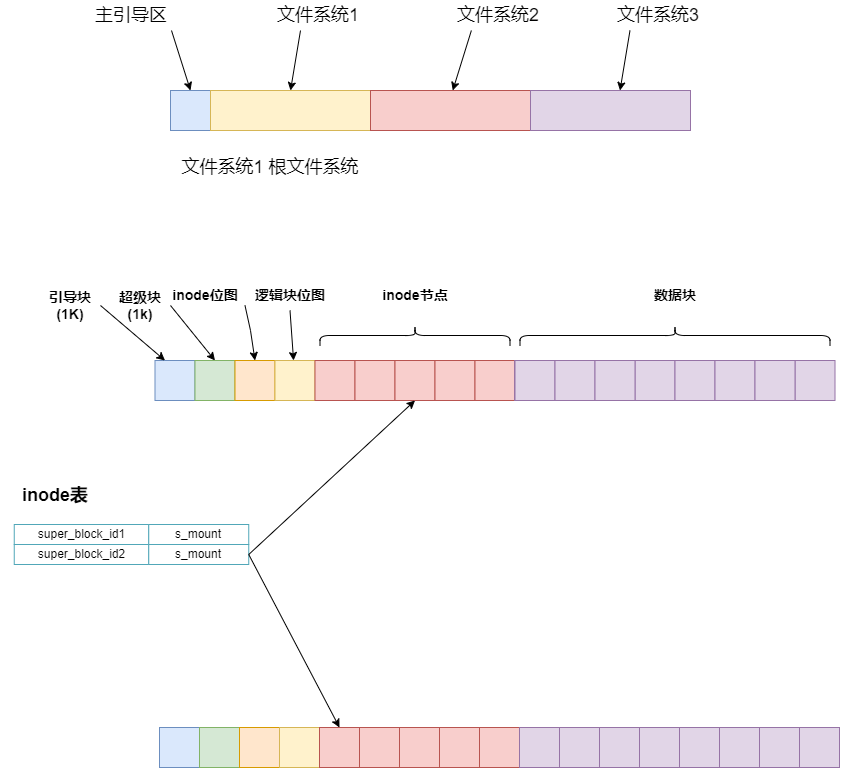
Above: blog/Linux/Linux-0.11-fs/inode_iget.png in zgjsxx/static-img-repo (draw.io), before the change. Source tidied: cells renumbered, new cells last; positions are measured from the earlier drawing's top-left corner, leaving out a move shared by most shapes.
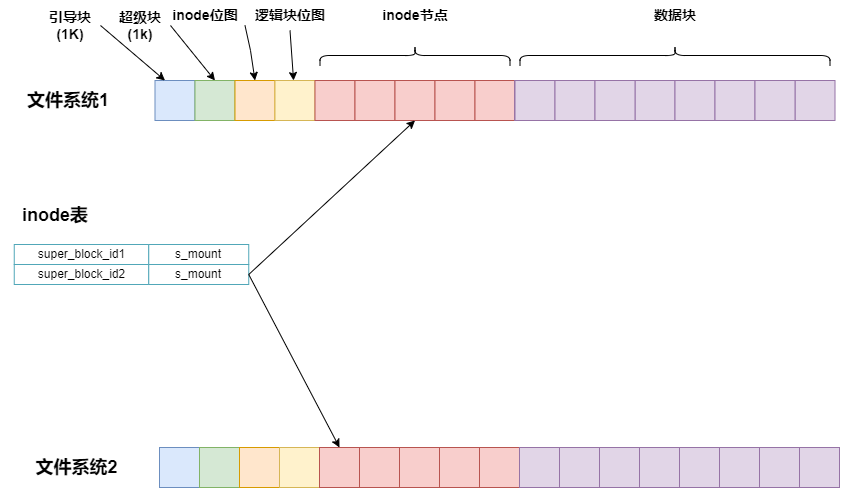
After the commit.

What changed in the source:
```diff
@@ -38,14 +38,14 @@
     <mxCell id="13" value="&lt;font style=&quot;font-size: 14px;&quot;&gt;&lt;b&gt;数据块&lt;/b&gt;&lt;/font&gt;" style="text;strokeColor=none;align=center;fillColor=none;html=1;verticalAlign=middle;whiteSpace=wrap;rounded=0;" parent="1" vertex="1">
       <mxGeometry x="644.5" y="280" width="60" height="30" as="geometry" />
     </mxCell>
-    <mxCell id="14" style="endArrow=classic;html=1;rounded=0;entryX=0.5;entryY=0;entryDx=0;entryDy=0;exitX=1;exitY=0.5;exitDx=0;exitDy=0;" parent="1" edge="1" target="4">
-      <mxGeometry relative="1" as="geometry">
-        <mxPoint x="244.5" y="305" as="sourcePoint" />
-        <Array as="points">
-          <mxPoint x="250" y="330" />
-        </Array>
-      </mxGeometry>
-    </mxCell>
+    <mxCell id="82" style="endArrow=classic;html=1;rounded=0;entryX=0.5;entryY=0;entryDx=0;entryDy=0;exitX=1;exitY=0.5;exitDx=0;exitDy=0;" parent="1" edge="1" target="4">
+      <mxGeometry relative="1" as="geometry">
+        <mxPoint x="244.5" y="305" as="sourcePoint" />
+        <Array as="points">
+          <mxPoint x="250" y="330" />
+        </Array>
+      </mxGeometry>
+    </mxCell>
     <mxCell id="15" style="endArrow=classic;html=1;rounded=0;exitX=0.5;exitY=1;exitDx=0;exitDy=0;" parent="1" edge="1" source="11" target="5">
       <mxGeometry relative="1" as="geometry" />
     </mxCell>
@@ -67,39 +67,39 @@
     <mxCell id="21" style="shape=curlyBracket;whiteSpace=wrap;html=1;rounded=1;labelPosition=left;verticalLabelPosition=middle;align=right;verticalAlign=middle;rotation=90;" parent="1" vertex="1">
       <mxGeometry x="404.5" y="240" width="20" height="190" as="geometry" />
     </mxCell>
-    <mxCell id="22" style="rounded=0;whiteSpace=wrap;html=1;fillColor=#e1d5e7;strokeColor=#9673a6;" parent="1" vertex="1">
-      <mxGeometry x="514.5" y="360" width="40" height="40" as="geometry" />
-    </mxCell>
-    <mxCell id="23" style="rounded=0;whiteSpace=wrap;html=1;fillColor=#e1d5e7;strokeColor=#9673a6;" parent="1" vertex="1">
-      <mxGeometry x="554.5" y="360" width="40" height="40" as="geometry" />
-    </mxCell>
-    <mxCell id="24" style="rounded=0;whiteSpace=wrap;html=1;fillColor=#e1d5e7;strokeColor=#9673a6;" parent="1" vertex="1">
-      <mxGeometry x="594.5" y="360" width="40" height="40" as="geometry" />
-    </mxCell>
+    <mxCell id="83" style="rounded=0;whiteSpace=wrap;html=1;fillColor=#e1d5e7;strokeColor=#9673a6;" parent="1" vertex="1">
+      <mxGeometry x="514.5" y="360" width="40" height="40" as="geometry" />
+    </mxCell>
+    <mxCell id="84" style="rounded=0;whiteSpace=wrap;html=1;fillColor=#e1d5e7;strokeColor=#9673a6;" parent="1" vertex="1">
+      <mxGeometry x="554.5" y="360" width="40" height="40" as="geometry" />
+    </mxCell>
+    <mxCell id="85" style="rounded=0;whiteSpace=wrap;html=1;fillColor=#e1d5e7;strokeColor=#9673a6;" parent="1" vertex="1">
+      <mxGeometry x="594.5" y="360" width="40" height="40" as="geometry" />
+    </mxCell>
     <mxCell id="25" style="rounded=0;whiteSpace=wrap;html=1;fillColor=#e1d5e7;strokeColor=#9673a6;" parent="1" vertex="1">
       <mxGeometry x="634.5" y="360" width="40" height="40" as="geometry" />
     </mxCell>
-    <mxCell id="26" style="rounded=0;whiteSpace=wrap;html=1;fillColor=#e1d5e7;strokeColor=#9673a6;" parent="1" vertex="1">
-      <mxGeometry x="514.5" y="360" width="40" height="40" as="geometry" />
-    </mxCell>
-    <mxCell id="27" style="rounded=0;whiteSpace=wrap;html=1;fillColor=#e1d5e7;strokeColor=#9673a6;" parent="1" vertex="1">
-      <mxGeometry x="554.5" y="360" width="40" height="40" as="geometry" />
-    </mxCell>
-    <mxCell id="28" style="rounded=0;whiteSpace=wrap;html=1;fillColor=#e1d5e7;strokeColor=#9673a6;" parent="1" vertex="1">
-      <mxGeometry x="514.5" y="360" width="40" height="40" as="geometry" />
-    </mxCell>
-    <mxCell id="29" style="rounded=0;whiteSpace=wrap;html=1;fillColor=#e1d5e7;strokeColor=#9673a6;" parent="1" vertex="1">
-      <mxGeometry x="554.5" y="360" width="40" height="40" as="geometry" />
-    </mxCell>
-    <mxCell id="30" style="rounded=0;whiteSpace=wrap;html=1;fillColor=#e1d5e7;strokeColor=#9673a6;" parent="1" vertex="1">
-      <mxGeometry x="514.5" y="360" width="40" height="40" as="geometry" />
-    </mxCell>
-    <mxCell id="31" style="rounded=0;whiteSpace=wrap;html=1;fillColor=#e1d5e7;strokeColor=#9673a6;" parent="1" vertex="1">
-      <mxGeometry x="554.5" y="360" width="40" height="40" as="geometry" />
-    </mxCell>
-    <mxCell id="32" style="rounded=0;whiteSpace=wrap;html=1;fillColor=#e1d5e7;strokeColor=#9673a6;" parent="1" vertex="1">
-      <mxGeometry x="594.5" y="360" width="40" height="40" as="geometry" />
-    </mxCell>
+    <mxCell id="86" style="rounded=0;whiteSpace=wrap;html=1;fillColor=#e1d5e7;strokeColor=#9673a6;" parent="1" vertex="1">
+      <mxGeometry x="514.5" y="360" width="40" height="40" as="geometry" />
+    </mxCell>
+    <mxCell id="87" style="rounded=0;whiteSpace=wrap;html=1;fillColor=#e1d5e7;strokeColor=#9673a6;" parent="1" vertex="1">
+      <mxGeometry x="554.5" y="360" width="40" height="40" as="geometry" />
+    </mxCell>
+    <mxCell id="88" style="rounded=0;whiteSpace=wrap;html=1;fillColor=#e1d5e7;strokeColor=#9673a6;" parent="1" vertex="1">
+      <mxGeometry x="514.5" y="360" width="40" height="40" as="geometry" />
+    </mxCell>
+    <mxCell id="89" style="rounded=0;whiteSpace=wrap;html=1;fillColor=#e1d5e7;strokeColor=#9673a6;" parent="1" vertex="1">
+      <mxGeometry x="554.5" y="360" width="40" height="40" as="geometry" />
+    </mxCell>
+    <mxCell id="90" style="rounded=0;whiteSpace=wrap;html=1;fillColor=#e1d5e7;strokeColor=#9673a6;" parent="1" vertex="1">
+      <mxGeometry x="514.5" y="360" width="40" height="40" as="geometry" />
+    </mxCell>
+    <mxCell id="91" style="rounded=0;whiteSpace=wrap;html=1;fillColor=#e1d5e7;strokeColor=#9673a6;" parent="1" vertex="1">
+      <mxGeometry x="554.5" y="360" width="40" height="40" as="geometry" />
+    </mxCell>
+    <mxCell id="92" style="rounded=0;whiteSpace=wrap;html=1;fillColor=#e1d5e7;strokeColor=#9673a6;" parent="1" vertex="1">
+      <mxGeometry x="594.5" y="360" width="40" height="40" as="geometry" />
+    </mxCell>
     <mxCell id="33" style="rounded=0;whiteSpace=wrap;html=1;fillColor=#e1d5e7;strokeColor=#9673a6;" parent="1" vertex="1">
       <mxGeometry x="794.5" y="360" width="40" height="40" as="geometry" />
     </mxCell>
@@ -142,39 +142,39 @@
     <mxCell id="46" style="rounded=0;whiteSpace=wrap;html=1;fillColor=#f8cecc;strokeColor=#b85450;" parent="1" vertex="1">
       <mxGeometry x="479" y="727" width="40" height="40" as="geometry" />
     </mxCell>
-    <mxCell id="47" style="rounded=0;whiteSpace=wrap;html=1;fillColor=#e1d5e7;strokeColor=#9673a6;" parent="1" vertex="1">
-      <mxGeometry x="519" y="727" width="40" height="40" as="geometry" />
-    </mxCell>
-    <mxCell id="48" style="rounded=0;whiteSpace=wrap;html=1;fillColor=#e1d5e7;strokeColor=#9673a6;" parent="1" vertex="1">
-      <mxGeometry x="559" y="727" width="40" height="40" as="geometry" />
-    </mxCell>
-    <mxCell id="49" style="rounded=0;whiteSpace=wrap;html=1;fillColor=#e1d5e7;strokeColor=#9673a6;" parent="1" vertex="1">
-      <mxGeometry x="599" y="727" width="40" height="40" as="geometry" />
-    </mxCell>
+    <mxCell id="93" style="rounded=0;whiteSpace=wrap;html=1;fillColor=#e1d5e7;strokeColor=#9673a6;" parent="1" vertex="1">
+      <mxGeometry x="519" y="727" width="40" height="40" as="geometry" />
+    </mxCell>
+    <mxCell id="94" style="rounded=0;whiteSpace=wrap;html=1;fillColor=#e1d5e7;strokeColor=#9673a6;" parent="1" vertex="1">
+      <mxGeometry x="559" y="727" width="40" height="40" as="geometry" />
+    </mxCell>
+    <mxCell id="95" style="rounded=0;whiteSpace=wrap;html=1;fillColor=#e1d5e7;strokeColor=#9673a6;" parent="1" vertex="1">
+      <mxGeometry x="599" y="727" width="40" height="40" as="geometry" />
+    </mxCell>
     <mxCell id="50" style="rounded=0;whiteSpace=wrap;html=1;fillColor=#e1d5e7;strokeColor=#9673a6;" parent="1" vertex="1">
       <mxGeometry x="639" y="727" width="40" height="40" as="geometry" />
     </mxCell>
-    <mxCell id="51" style="rounded=0;whiteSpace=wrap;html=1;fillColor=#e1d5e7;strokeColor=#9673a6;" parent="1" vertex="1">
-      <mxGeometry x="519" y="727" width="40" height="40" as="geometry" />
-    </mxCell>
-    <mxCell id="52" style="rounded=0;whiteSpace=wrap;html=1;fillColor=#e1d5e7;strokeColor=#9673a6;" parent="1" vertex="1">
-      <mxGeometry x="559" y="727" width="40" height="40" as="geometry" />
-    </mxCell>
-    <mxCell id="53" style="rounded=0;whiteSpace=wrap;html=1;fillColor=#e1d5e7;strokeColor=#9673a6;" parent="1" vertex="1">
-      <mxGeometry x="519" y="727" width="40" height="40" as="geometry" />
-    </mxCell>
-    <mxCell id="54" style="rounded=0;whiteSpace=wrap;html=1;fillColor=#e1d5e7;strokeColor=#9673a6;" parent="1" vertex="1">
-      <mxGeometry x="559" y="727" width="40" height="40" as="geometry" />
-    </mxCell>
-    <mxCell id="55" style="rounded=0;whiteSpace=wrap;html=1;fillColor=#e1d5e7;strokeColor=#9673a6;" parent="1" vertex="1">
-      <mxGeometry x="519" y="727" width="40" height="40" as="geometry" />
-    </mxCell>
-    <mxCell id="56" style="rounded=0;whiteSpace=wrap;html=1;fillColor=#e1d5e7;strokeColor=#9673a6;" parent="1" vertex="1">
-      <mxGeometry x="559" y="727" width="40" height="40" as="geometry" />
-    </mxCell>
-    <mxCell id="57" style="rounded=0;whiteSpace=wrap;html=1;fillColor=#e1d5e7;strokeColor=#9673a6;" parent="1" vertex="1">
-      <mxGeometry x="599" y="727" width="40" height="40" as="geometry" />
-    </mxCell>
+    <mxCell id="96" style="rounded=0;whiteSpace=wrap;html=1;fillColor=#e1d5e7;strokeColor=#9673a6;" parent="1" vertex="1">
+      <mxGeometry x="519" y="727" width="40" height="40" as="geometry" />
+    </mxCell>
+    <mxCell id="97" style="rounded=0;whiteSpace=wrap;html=1;fillColor=#e1d5e7;strokeColor=#9673a6;" parent="1" vertex="1">
+      <mxGeometry x="559" y="727" width="40" height="40" as="geometry" />
+    </mxCell>
+    <mxCell id="98" style="rounded=0;whiteSpace=wrap;html=1;fillColor=#e1d5e7;strokeColor=#9673a6;" parent="1" vertex="1">
+      <mxGeometry x="519" y="727" width="40" height="40" as="geometry" />
+    </mxCell>
+    <mxCell id="99" style="rounded=0;whiteSpace=wrap;html=1;fillColor=#e1d5e7;strokeColor=#9673a6;" parent="1" vertex="1">
+      <mxGeometry x="559" y="727" width="40" height="40" as="geometry" />
+    </mxCell>
+    <mxCell id="100" style="rounded=0;whiteSpace=wrap;html=1;fillColor=#e1d5e7;strokeColor=#9673a6;" parent="1" vertex="1">
+      <mxGeometry x="519" y="727" width="40" height="40" as="geometry" />
+    </mxCell>
+    <mxCell id="101" style="rounded=0;whiteSpace=wrap;html=1;fillColor=#e1d5e7;strokeColor=#9673a6;" parent="1" vertex="1">
+      <mxGeometry x="559" y="727" width="40" height="40" as="geometry" />
+    </mxCell>
+    <mxCell id="102" style="rounded=0;whiteSpace=wrap;html=1;fillColor=#e1d5e7;strokeColor=#9673a6;" parent="1" vertex="1">
+      <mxGeometry x="599" y="727" width="40" height="40" as="geometry" />
+    </mxCell>
     <mxCell id="58" style="rounded=0;whiteSpace=wrap;html=1;fillColor=#e1d5e7;strokeColor=#9673a6;" parent="1" vertex="1">
       <mxGeometry x="799" y="727" width="40" height="40" as="geometry" />
     </mxCell>
@@ -187,52 +187,6 @@
     <mxCell id="61" style="rounded=0;whiteSpace=wrap;html=1;fillColor=#e1d5e7;strokeColor=#9673a6;" parent="1" vertex="1">
       <mxGeometry x="759" y="727" width="40" height="40" as="geometry" />
     </mxCell>
-    <mxCell id="62" style="rounded=0;whiteSpace=wrap;html=1;fillColor=#dae8fc;strokeColor=#6c8ebf;" parent="1" vertex="1">
-      <mxGeometry x="170" y="90" width="40" height="40" as="geometry" />
-    </mxCell>
-    <mxCell id="63" style="rounded=0;whiteSpace=wrap;html=1;fillColor=#fff2cc;strokeColor=#d6b656;" parent="1" vertex="1">
-      <mxGeometry x="210" y="90" width="160" height="40" as="geometry" />
-    </mxCell>
-    <mxCell id="64" style="rounded=0;whiteSpace=wrap;html=1;fillColor=#f8cecc;strokeColor=#b85450;" parent="1" vertex="1">
-      <mxGeometry x="370" y="90" width="160" height="40" as="geometry" />
-    </mxCell>
-    <mxCell id="65" style="rounded=0;whiteSpace=wrap;html=1;fillColor=#e1d5e7;strokeColor=#9673a6;" parent="1" vertex="1">
-      <mxGeometry x="530" y="90" width="160" height="40" as="geometry" />
-    </mxCell>
-    <mxCell id="66" style="endArrow=classic;html=1;rounded=0;fontSize=18;entryX=0.5;entryY=0;entryDx=0;entryDy=0;exitX=1;exitY=1;exitDx=0;exitDy=0;" parent="1" edge="1" source="67" target="62">
-      <mxGeometry relative="1" as="geometry" />
-    </mxCell>
-    <mxCell id="67" value="主引导区" style="text;strokeColor=none;align=center;fillColor=none;html=1;verticalAlign=middle;whiteSpace=wrap;rounded=0;fontSize=18;" parent="1" vertex="1">
-      <mxGeometry x="91" width="80" height="30" as="geometry" />
-    </mxCell>
-    <mxCell id="68" style="endArrow=classic;html=1;rounded=0;fontSize=18;entryX=0.5;entryY=0;entryDx=0;entryDy=0;" parent="1" edge="1" target="63">
-      <mxGeometry relative="1" as="geometry">
-        <mxPoint x="300" y="30" as="sourcePoint" />
-      </mxGeometry>
-    </mxCell>
-    <mxCell id="69" value="文件系统1" style="text;strokeColor=none;align=center;fillColor=none;html=1;verticalAlign=middle;whiteSpace=wrap;rounded=0;fontSize=18;" parent="1" vertex="1">
-      <mxGeometry x="264.5" width="105.5" height="30" as="geometry" />
-    </mxCell>
-    <mxCell id="70" value="文件系统2" style="text;strokeColor=none;align=center;fillColor=none;html=1;verticalAlign=middle;whiteSpace=wrap;rounded=0;fontSize=18;" parent="1" vertex="1">
-      <mxGeometry x="444.5" width="105.5" height="30" as="geometry" />
-    </mxCell>
-    <mxCell id="71" style="endArrow=classic;html=1;rounded=0;fontSize=18;entryX=0.5;entryY=0;entryDx=0;entryDy=0;exitX=0.25;exitY=1;exitDx=0;exitDy=0;" parent="1" edge="1" source="70">
-      <mxGeometry relative="1" as="geometry">
-        <mxPoint x="452.2" y="90" as="targetPoint" />
-      </mxGeometry>
-    </mxCell>
-    <mxCell id="72" style="endArrow=classic;html=1;rounded=0;fontSize=18;entryX=0.5;entryY=0;entryDx=0;entryDy=0;" parent="1" edge="1">
-      <mxGeometry relative="1" as="geometry">
-        <mxPoint x="629.5" y="30" as="sourcePoint" />
-        <mxPoint x="619.5" y="90" as="targetPoint" />
-      </mxGeometry>
-    </mxCell>
-    <mxCell id="73" value="文件系统3" style="text;strokeColor=none;align=center;fillColor=none;html=1;verticalAlign=middle;whiteSpace=wrap;rounded=0;fontSize=18;" parent="1" vertex="1">
-      <mxGeometry x="604.5" width="105.5" height="30" as="geometry" />
-    </mxCell>
-    <mxCell id="74" value="文件系统1 根文件系统" style="text;strokeColor=none;align=center;fillColor=none;html=1;verticalAlign=middle;whiteSpace=wrap;rounded=0;fontSize=18;" parent="1" vertex="1">
-      <mxGeometry x="146.8" y="152" width="245.5" height="30" as="geometry" />
-    </mxCell>
     <mxCell id="75" value="super_block_id1" style="rounded=0;whiteSpace=wrap;html=1;fillColor=#FFFFFF;strokeColor=#51a7b8;" parent="1" vertex="1">
       <mxGeometry x="13.8" y="524" width="134.5" height="20" as="geometry" />
     </mxCell>
@@ -254,5 +208,11 @@
     <mxCell id="81" value="&lt;font style=&quot;font-size: 18px;&quot;&gt;&lt;b&gt;inode表&lt;/b&gt;&lt;/font&gt;" style="text;strokeColor=none;align=center;fillColor=none;html=1;verticalAlign=middle;whiteSpace=wrap;rounded=0;" parent="1" vertex="1">
       <mxGeometry y="480" width="110" height="30" as="geometry" />
     </mxCell>
+    <mxCell id="69" value="&lt;b&gt;文件系统1&amp;nbsp;&lt;/b&gt;" style="text;strokeColor=none;align=center;fillColor=none;html=1;verticalAlign=middle;whiteSpace=wrap;rounded=0;fontSize=18;" parent="1" vertex="1">
+      <mxGeometry x="13.6" y="365" width="112.8" height="30" as="geometry" />
+    </mxCell>
+    <mxCell id="70" value="&lt;b&gt;文件系统2&lt;/b&gt;" style="text;strokeColor=none;align=center;fillColor=none;html=1;verticalAlign=middle;whiteSpace=wrap;rounded=0;fontSize=18;" parent="1" vertex="1">
+      <mxGeometry x="20" y="732" width="112.8" height="30" as="geometry" />
+    </mxCell>
   </root>
 </mxGraphModel>
```
